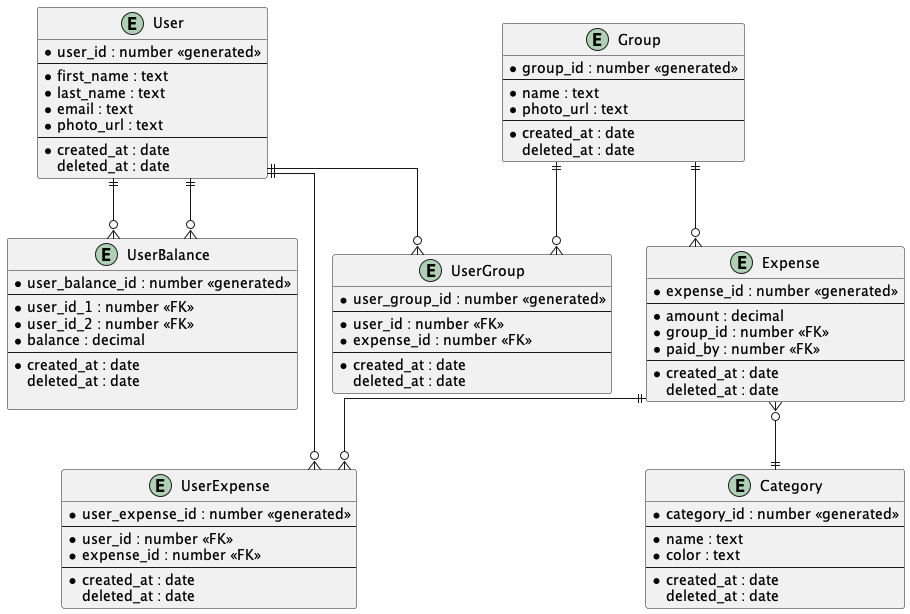
Above: diagrams/erd/erd.png in samuelgocnik/price-buddy (PlantUML), before the change.
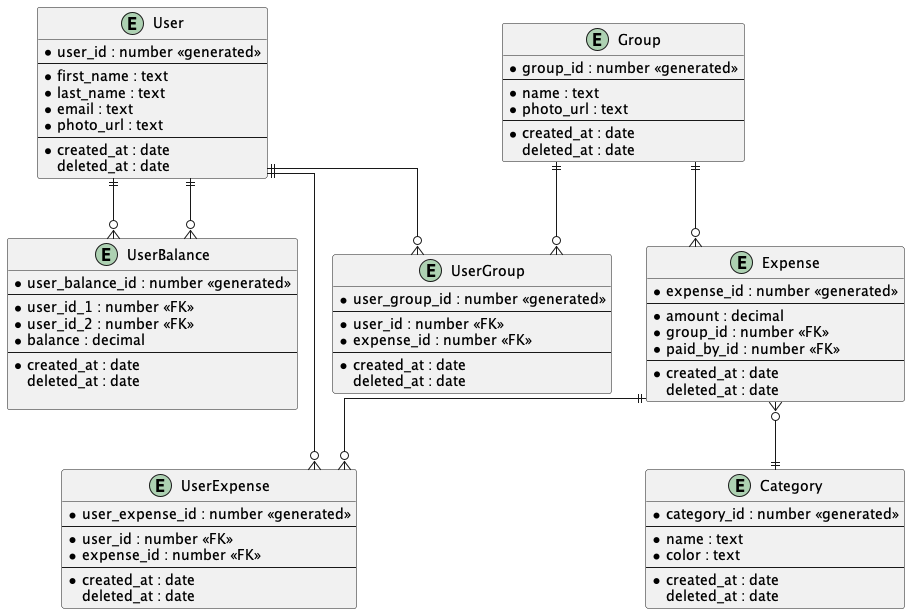
After the commit.

Commit message:
fix(erd): paid_by -> paid_by_id

The edit, as a diff of the source:
```diff
@@ -1,4 +1,4 @@
-@startuml
+@startuml erd
 
 skinparam linetype ortho
 
@@ -39,7 +39,7 @@
   --
   *amount : decimal
   *group_id : number <<FK>>
-  *paid_by : number <<FK>>
+  *paid_by_id : number <<FK>>
   --
   *created_at : date
   deleted_at : date
```
